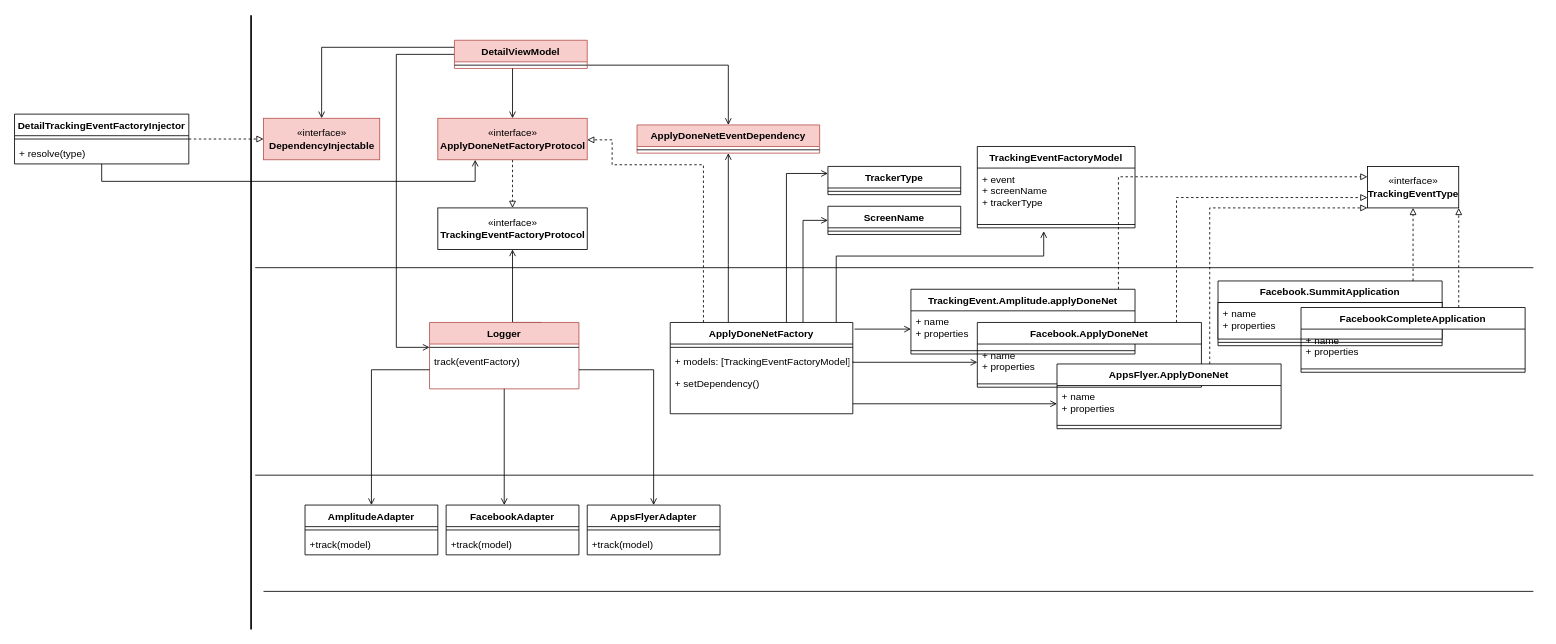
Earlier version of the draw.io diagram page "변경" (2 of 2) of TrackingEvent.drawio (gookhee/diagrams). Source tidied: cells renumbered, new cells numbered last; positions are measured from the earlier drawing's top-left corner, leaving out a move shared by most shapes. Both pictures are drawn from the tidied source at 83%, with x=0, y=0 at pixel (14, 15).
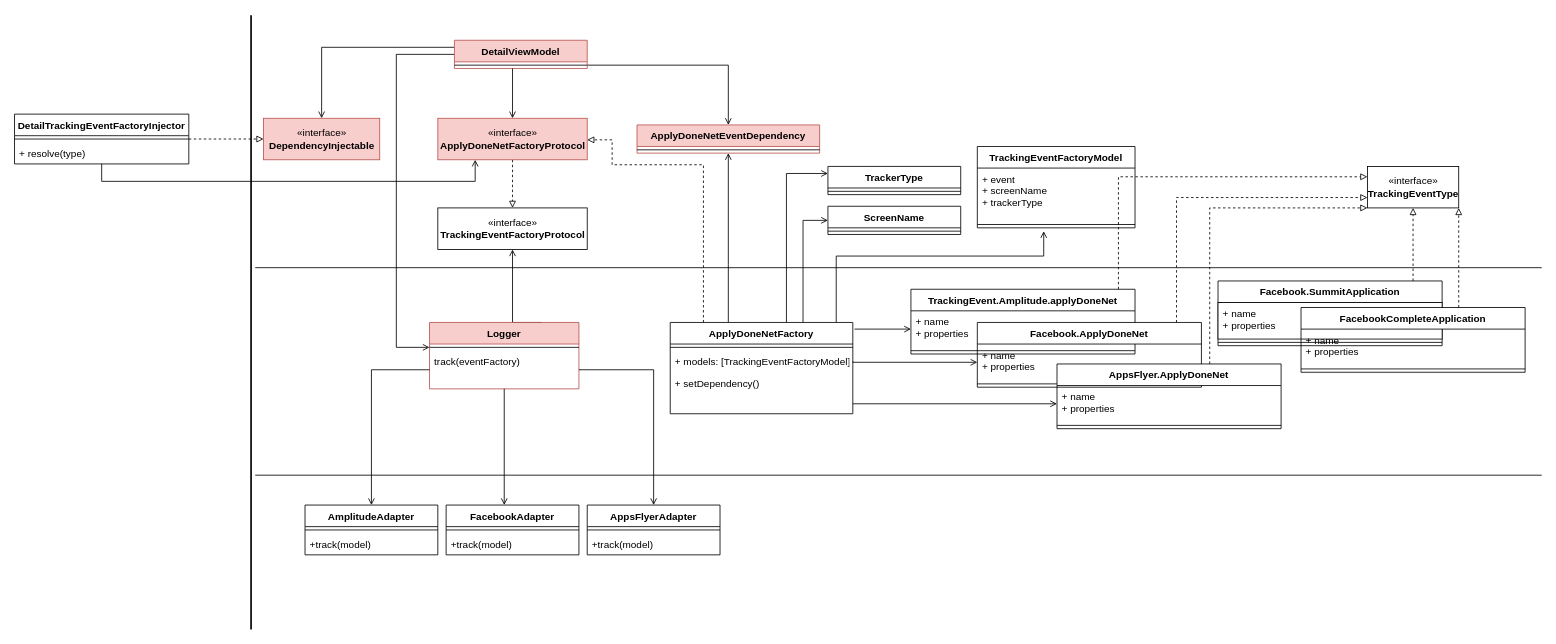
The same diagram, later.

The edit, as a diff of the source:
```diff
@@
     <mxCell id="6" style="line;strokeWidth=1;fillColor=none;align=left;verticalAlign=middle;spacingTop=-1;spacingLeft=3;spacingRight=3;labelPosition=right;" parent="1" vertex="1">
-      <mxGeometry x="290" y="300" width="1540" height="8" as="geometry" />
+      <mxGeometry x="290" y="300" width="1550" height="8" as="geometry" />
     </mxCell>
     <mxCell id="7" style="line;strokeWidth=1;fillColor=none;align=left;verticalAlign=middle;spacingTop=-1;spacingLeft=3;spacingRight=3;labelPosition=right;" parent="1" vertex="1">
-      <mxGeometry x="290" y="550" width="1540" height="8" as="geometry" />
+      <mxGeometry x="290" y="550" width="1550" height="8" as="geometry" />
     </mxCell>
-    <mxCell id="8" style="line;strokeWidth=1;fillColor=none;align=left;verticalAlign=middle;spacingTop=-1;spacingLeft=3;spacingRight=3;labelPosition=right;" parent="1" vertex="1">
-      <mxGeometry x="300" y="690" width="1530" height="8" as="geometry" />
-    </mxCell>
```
